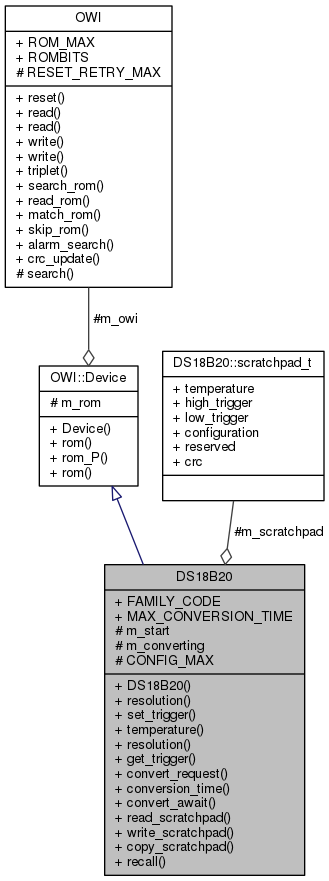
The Graphviz diagram Arduino-OWI/d4/d9e/classDS18B20__coll__graph.png in mikaelpatel/mikaelpatel.github.io, before a commit. Its source is kept beside it as Arduino-OWI/d4/d9e/classDS18B20__coll__graph.dot.
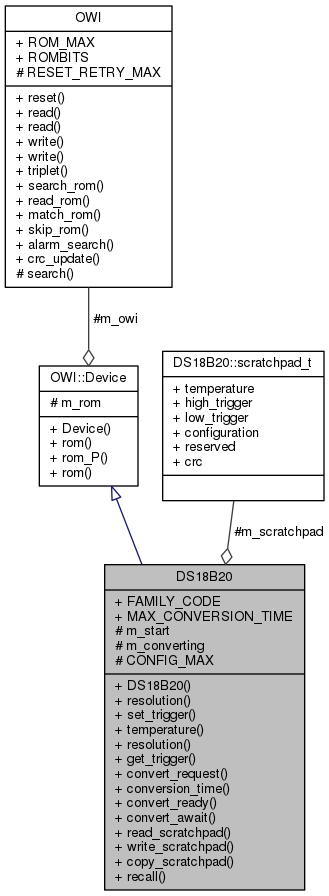
The same diagram one commit later.

What changed in the source:
```diff
@@ -2,7 +2,7 @@
 {
   edge [fontname="Helvetica",fontsize="10",labelfontname="Helvetica",labelfontsize="10"];
   node [fontname="Helvetica",fontsize="10",shape=record];
-  Node1 [label="{DS18B20\n|+ FAMILY_CODE\l+ MAX_CONVERSION_TIME\l# m_start\l# m_converting\l# CONFIG_MAX\l|+ DS18B20()\l+ resolution()\l+ set_trigger()\l+ temperature()\l+ resolution()\l+ get_trigger()\l+ convert_request()\l+ conversion_time()\l+ convert_await()\l+ read_scratchpad()\l+ write_scratchpad()\l+ copy_scratchpad()\l+ recall()\l}",height=0.2,width=0.4,color="black", fillcolor="grey75", style="filled", fontcolor="black"];
+  Node1 [label="{DS18B20\n|+ FAMILY_CODE\l+ MAX_CONVERSION_TIME\l# m_start\l# m_converting\l# CONFIG_MAX\l|+ DS18B20()\l+ resolution()\l+ set_trigger()\l+ temperature()\l+ resolution()\l+ get_trigger()\l+ convert_request()\l+ conversion_time()\l+ convert_ready()\l+ convert_await()\l+ read_scratchpad()\l+ write_scratchpad()\l+ copy_scratchpad()\l+ recall()\l}",height=0.2,width=0.4,color="black", fillcolor="grey75", style="filled", fontcolor="black"];
   Node2 -> Node1 [dir="back",color="midnightblue",fontsize="10",style="solid",arrowtail="onormal",fontname="Helvetica"];
   Node2 [label="{OWI::Device\n|# m_rom\l|+ Device()\l+ rom()\l+ rom_P()\l+ rom()\l}",height=0.2,width=0.4,color="black", fillcolor="white", style="filled",URL="$d0/d7f/classOWI_1_1Device.html"];
   Node3 -> Node2 [color="grey25",fontsize="10",style="solid",label=" #m_owi" ,arrowhead="odiamond",fontname="Helvetica"];
```
